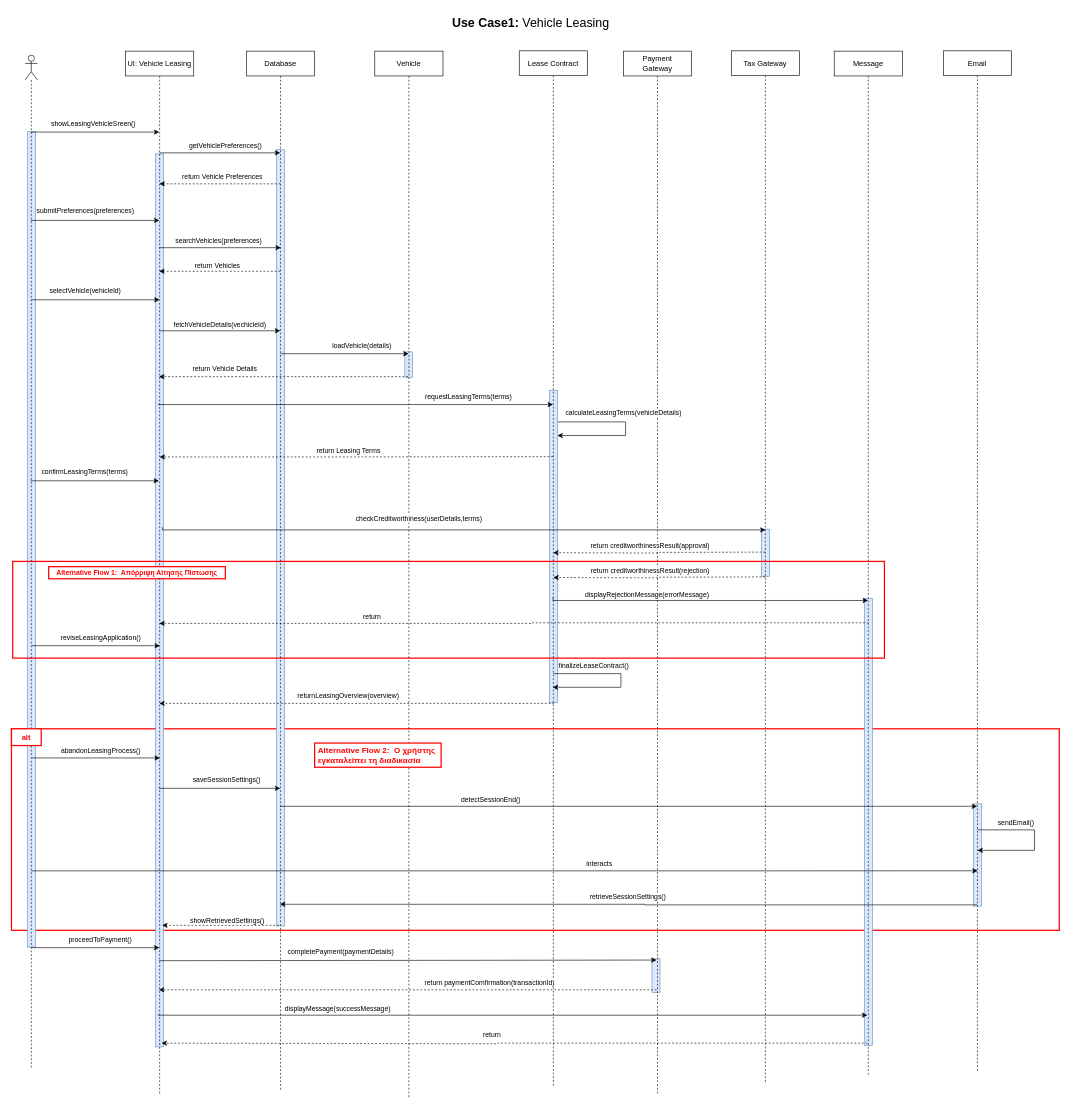
ChristineGi/LeaseIt keeps this draw.io diagram as page "Use Case 1 : Sequence" (1 of 9) of drawio/Sequences.drawio. Above is the earlier version. Source tidied: cells renumbered, new cells numbered last; positions are measured from the earlier drawing's top-left corner, leaving out a move shared by most shapes. Both pictures are drawn from the tidied source at 62%, with x=0, y=0 at pixel (11, 11).
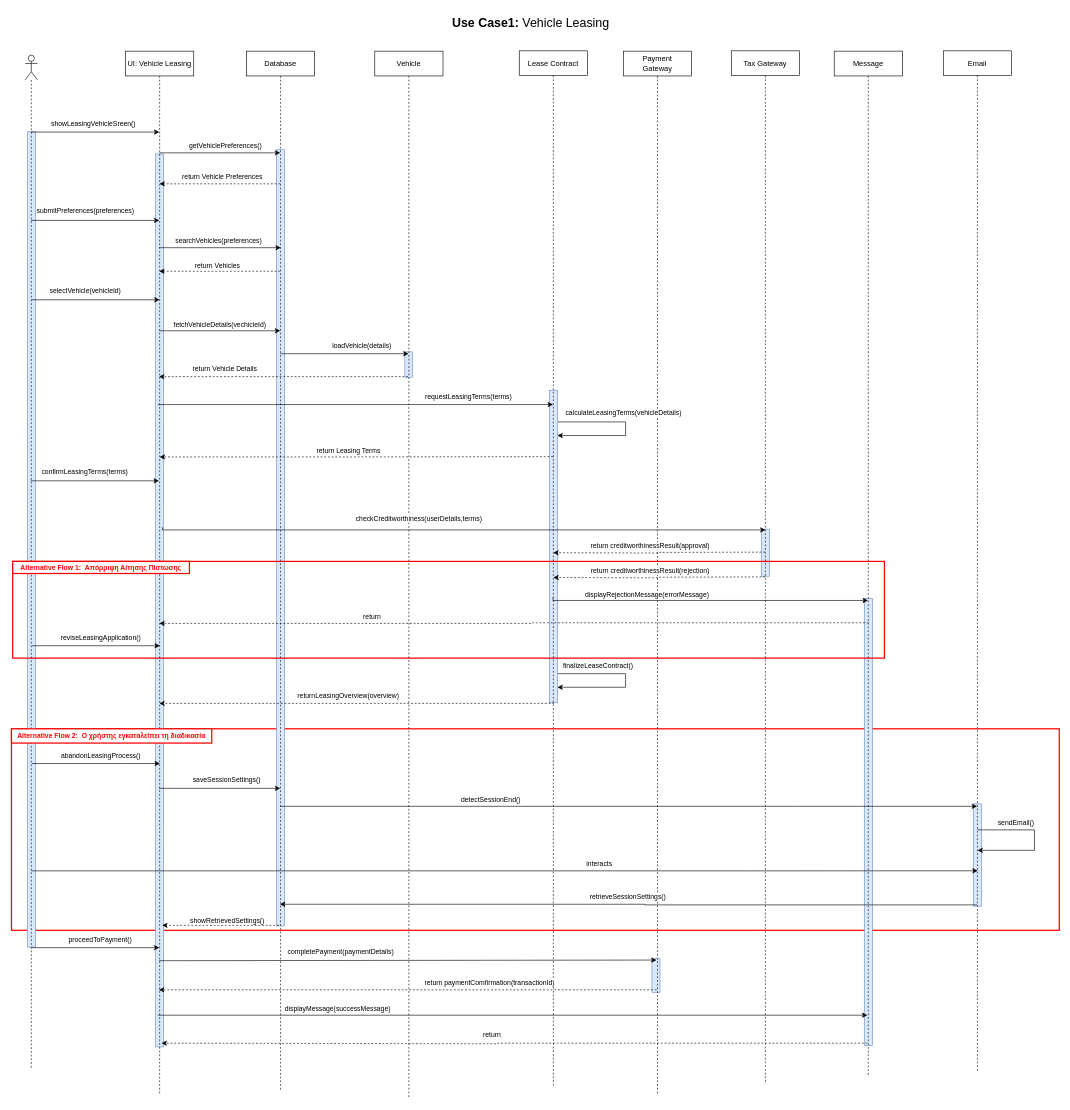
Above is the later version.

Change to the diagram source:
```diff
@@
     <mxCell id="62" style="edgeStyle=orthogonalEdgeStyle;rounded=0;orthogonalLoop=1;jettySize=auto;html=1;curved=0;exitX=0.486;exitY=0.772;exitDx=0;exitDy=0;exitPerimeter=0;" parent="1" edge="1">
       <mxGeometry relative="1" as="geometry">
-        <mxPoint x="874" y="1069" as="sourcePoint" />
-        <mxPoint x="873" y="1091" as="targetPoint" />
+        <mxPoint x="881.5" y="1069" as="sourcePoint" />
+        <mxPoint x="880.5" y="1091" as="targetPoint" />
         <Array as="points">
-          <mxPoint x="983" y="1069" />
-          <mxPoint x="983" y="1091" />
+          <mxPoint x="990.5" y="1069" />
+          <mxPoint x="990.5" y="1091" />
         </Array>
       </mxGeometry>
     </mxCell>
@@
     <mxCell id="74" value="&lt;font style=&quot;font-size: 11px;&quot;&gt;&lt;b style=&quot;font-family: Calibri, sans-serif; text-align: start; background-color: initial;&quot;&gt;&lt;span style=&quot;color: red;&quot; lang=&quot;EN-US&quot;&gt;Alternative&lt;/span&gt;&lt;span style=&quot;color: red;&quot; lang=&quot;EN-US&quot;&gt; &lt;/span&gt;&lt;/b&gt;&lt;b style=&quot;font-family: Calibri, sans-serif; text-align: start; background-color: initial;&quot;&gt;&lt;span style=&quot;color: red;&quot; lang=&quot;EN-US&quot;&gt;Flow&lt;/span&gt;&lt;span style=&quot;color: red;&quot; lang=&quot;EN-US&quot;&gt; &lt;/span&gt;&lt;/b&gt;&lt;b style=&quot;font-family: Calibri, sans-serif; text-align: start; background-color: initial;&quot;&gt;&lt;span style=&quot;color: red;&quot; lang=&quot;EN-US&quot;&gt;1&lt;/span&gt;&lt;span style=&quot;color: red;&quot;&gt;: &amp;nbsp;Απόρριψη Αίτησης Πίστωσης&lt;/span&gt;&lt;/b&gt;&lt;/font&gt;&lt;p style=&quot;margin: 0cm; font-size: 12pt; font-family: Calibri, sans-serif; text-align: start;&quot; class=&quot;MsoNormal&quot;&gt;&lt;b&gt;&lt;span style=&quot;color: red;&quot;&gt;&lt;/span&gt;&lt;/b&gt;&lt;/p&gt;" style="rounded=0;whiteSpace=wrap;html=1;fillColor=default;strokeColor=#FF0000;strokeWidth=2;" parent="1" vertex="1">
-      <mxGeometry x="60" y="896.5" width="285" height="19.5" as="geometry" />
+      <mxGeometry x="2" y="888" width="285" height="19.5" as="geometry" />
     </mxCell>
     <mxCell id="75" style="edgeStyle=orthogonalEdgeStyle;rounded=0;orthogonalLoop=1;jettySize=auto;html=1;curved=0;" parent="1" edge="1">
       <mxGeometry relative="1" as="geometry">
-        <mxPoint x="33" y="1205" as="sourcePoint" />
-        <mxPoint x="239.5" y="1205" as="targetPoint" />
+        <mxPoint x="33" y="1214" as="sourcePoint" />
+        <mxPoint x="239.5" y="1214" as="targetPoint" />
         <Array as="points">
-          <mxPoint x="176" y="1205" />
-          <mxPoint x="176" y="1205" />
+          <mxPoint x="176" y="1214" />
+          <mxPoint x="176" y="1214" />
         </Array>
       </mxGeometry>
     </mxCell>
@@
-    <mxCell id="86" value="&lt;font color=&quot;#ff0000&quot;&gt;&lt;b&gt;alt&lt;/b&gt;&lt;/font&gt;" style="rounded=0;whiteSpace=wrap;html=1;fillColor=default;strokeColor=#FF0000;strokeWidth=2;" parent="1" vertex="1">
-      <mxGeometry y="1158" width="48" height="27" as="geometry" />
-    </mxCell>
@@
-    <mxCell id="88" value="&lt;p style=&quot;margin: 0cm; font-size: 13px; font-family: Calibri, sans-serif; text-align: start;&quot; class=&quot;MsoNormal&quot;&gt;&lt;b&gt;&lt;span style=&quot;color: red;&quot; lang=&quot;EN-US&quot;&gt;Alternative&lt;/span&gt;&lt;span style=&quot;color: red;&quot; lang=&quot;EN-US&quot;&gt; &lt;/span&gt;&lt;/b&gt;&lt;b&gt;&lt;span style=&quot;color: red;&quot; lang=&quot;EN-US&quot;&gt;Flow&lt;/span&gt;&lt;span style=&quot;color: red;&quot; lang=&quot;EN-US&quot;&gt; &lt;/span&gt;&lt;span style=&quot;color: red;&quot;&gt;2:&amp;nbsp;&amp;nbsp;&lt;/span&gt;&lt;/b&gt;&lt;b style=&quot;background-color: initial;&quot;&gt;&lt;span style=&quot;color: red;&quot;&gt;Ο χρήστης&amp;nbsp;&lt;/span&gt;&lt;/b&gt;&lt;/p&gt;&lt;p style=&quot;margin: 0cm; font-size: 13px; font-family: Calibri, sans-serif; text-align: start;&quot; class=&quot;MsoNormal&quot;&gt;&lt;b style=&quot;background-color: initial;&quot;&gt;&lt;span style=&quot;color: red;&quot;&gt;εγκαταλείπει τη διαδικασία&lt;/span&gt;&lt;/b&gt;&lt;/p&gt;&lt;p style=&quot;margin: 0cm; font-size: 12pt; font-family: Calibri, sans-serif; text-align: start;&quot; class=&quot;MsoNormal&quot;&gt;&lt;b&gt;&lt;span style=&quot;color: red;&quot;&gt;&lt;/span&gt;&lt;/b&gt;&lt;/p&gt;" style="rounded=0;whiteSpace=wrap;html=1;fillColor=default;strokeColor=#FF0000;strokeWidth=2;" parent="1" vertex="1">
-      <mxGeometry x="489" y="1181" width="204" height="39" as="geometry" />
+    <mxCell id="88" value="&lt;p style=&quot;margin: 0cm; font-family: Calibri, sans-serif; text-align: start; font-size: 11px;&quot; class=&quot;MsoNormal&quot;&gt;&lt;b&gt;&lt;span style=&quot;color: red;&quot; lang=&quot;EN-US&quot;&gt;Alternative&lt;/span&gt;&lt;span style=&quot;color: red;&quot; lang=&quot;EN-US&quot;&gt; &lt;/span&gt;&lt;/b&gt;&lt;b&gt;&lt;span style=&quot;color: red;&quot; lang=&quot;EN-US&quot;&gt;Flow&lt;/span&gt;&lt;span style=&quot;color: red;&quot; lang=&quot;EN-US&quot;&gt; &lt;/span&gt;&lt;span style=&quot;color: red;&quot;&gt;2:&amp;nbsp;&amp;nbsp;&lt;/span&gt;&lt;/b&gt;&lt;b style=&quot;background-color: initial;&quot;&gt;&lt;span style=&quot;color: red;&quot;&gt;Ο χρήστης&amp;nbsp;&lt;/span&gt;&lt;/b&gt;&lt;b style=&quot;background-color: initial;&quot;&gt;&lt;span style=&quot;color: red;&quot;&gt;εγκαταλείπει τη διαδικασία&lt;/span&gt;&lt;/b&gt;&lt;/p&gt;&lt;p style=&quot;margin: 0cm; font-size: 12pt; font-family: Calibri, sans-serif; text-align: start;&quot; class=&quot;MsoNormal&quot;&gt;&lt;b&gt;&lt;span style=&quot;color: red;&quot;&gt;&lt;/span&gt;&lt;/b&gt;&lt;/p&gt;" style="rounded=0;whiteSpace=wrap;html=1;fillColor=default;strokeColor=#FF0000;strokeWidth=2;" parent="1" vertex="1">
+      <mxGeometry y="1158" width="323" height="23" as="geometry" />
     </mxCell>
```
